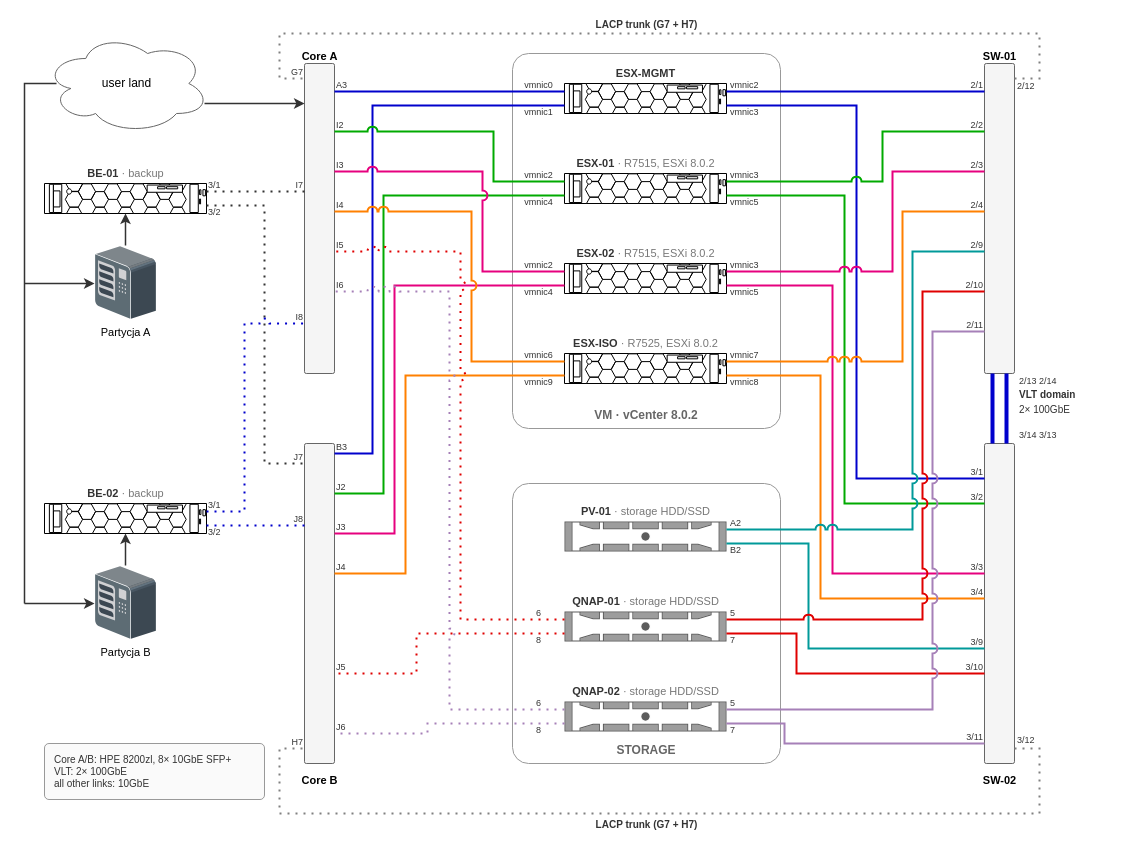
BO-RU-TA/mysnippets keeps this draw.io diagram as esx-V2.drawio. Above is the earlier version. Source tidied: cells renumbered, new cells numbered last; positions are measured from the earlier drawing's top-left corner, leaving out a move shared by most shapes. Both pictures are drawn from the tidied source at 100%, with x=0, y=0 at pixel (24, 17).
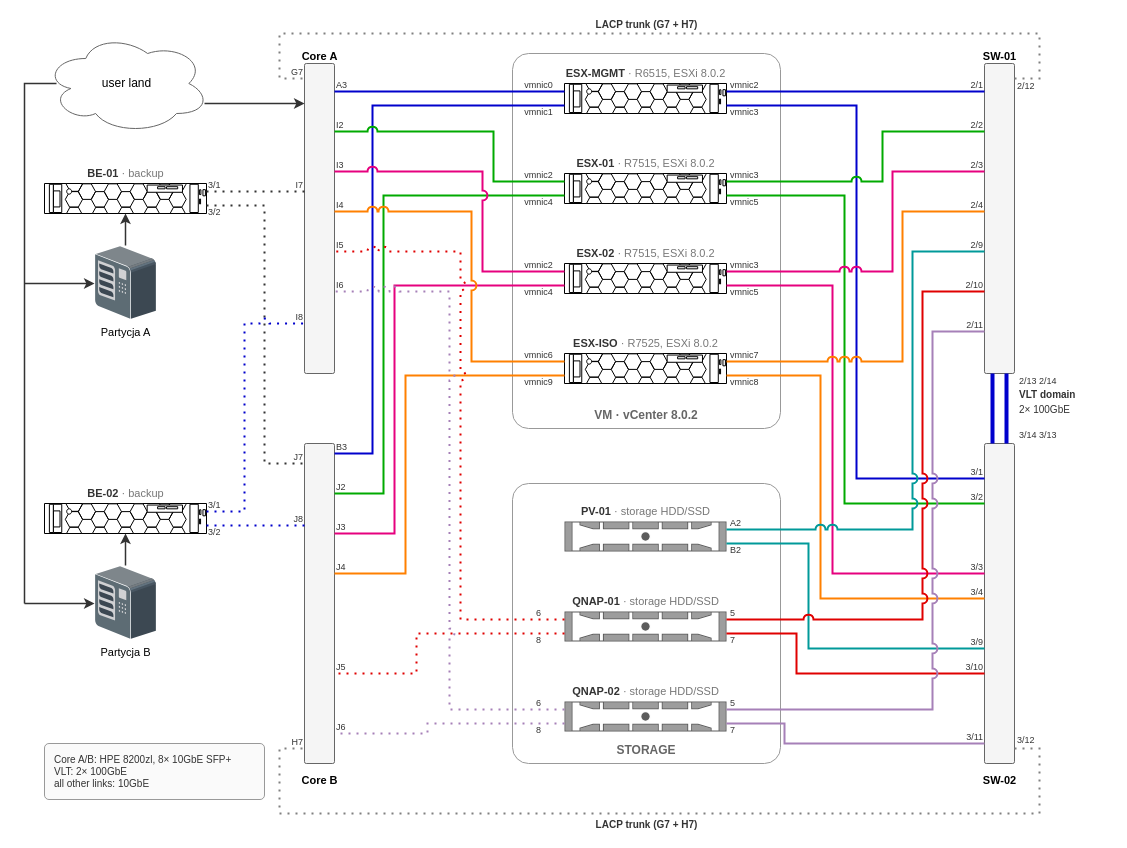
The same diagram, later.

Commit message:
esx-V2.drawio: ESX-MGMT model

The edit, as a diff of the source:
```diff
@@
-    <mxCell id="13" value="ESX-MGMT" style="text;html=1;align=center;verticalAlign=middle;fontSize=11;fontColor=#333333;spacing=0;fontStyle=1;" parent="1" vertex="1">
+    <mxCell id="13" value="&lt;b&gt;ESX-MGMT&lt;/b&gt; &lt;font color=&quot;#777777&quot;&gt;· R6515, ESXi 8.0.2&lt;/font&gt;" style="text;html=1;align=center;verticalAlign=middle;fontSize=11;fontColor=#333333;spacing=0;" parent="1" vertex="1">
       <mxGeometry x="500" y="49" width="242" height="14" as="geometry" />
     </mxCell>
```
